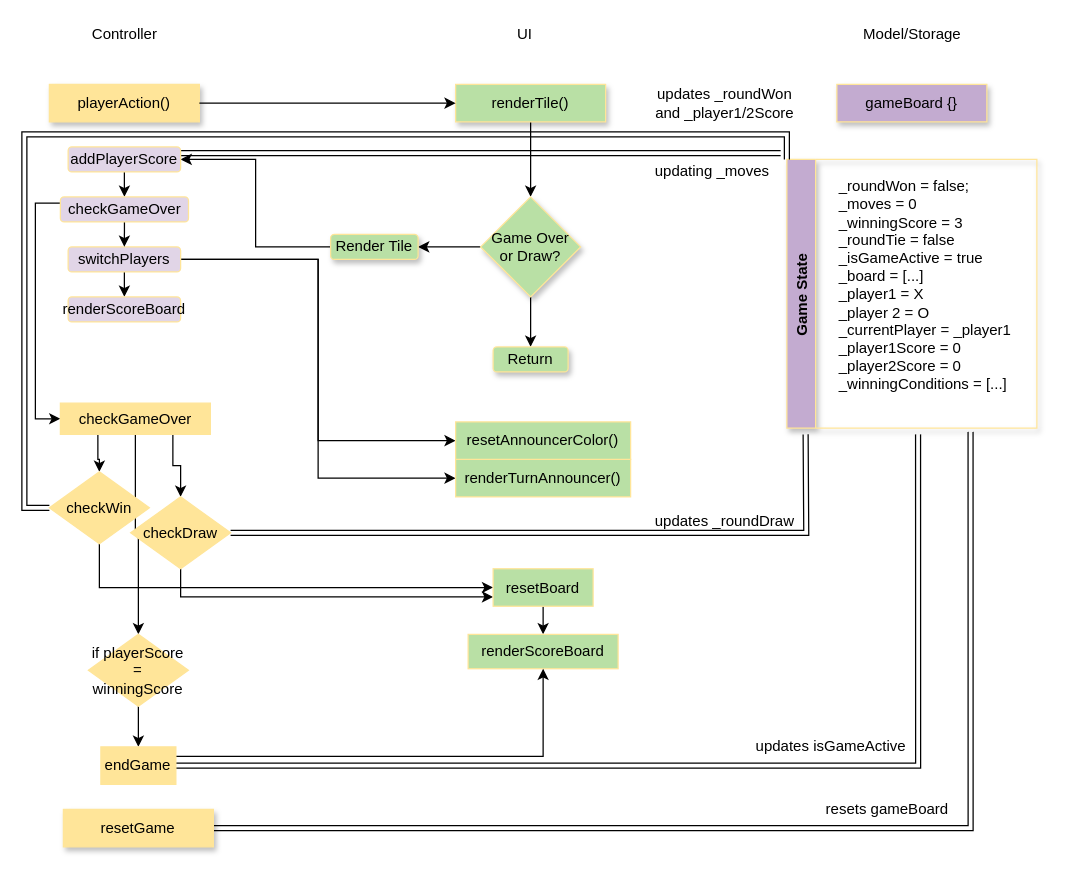
Above: Tic Tac Toe.drawio in xyzuka/Tic-Tac-Toe (draw.io), before the change. Source tidied: cells renumbered, new cells numbered last; positions are measured from the earlier drawing's top-left corner, leaving out a move shared by most shapes. Both pictures are drawn from the tidied source at 125%, with x=0, y=0 at pixel (49, 21).
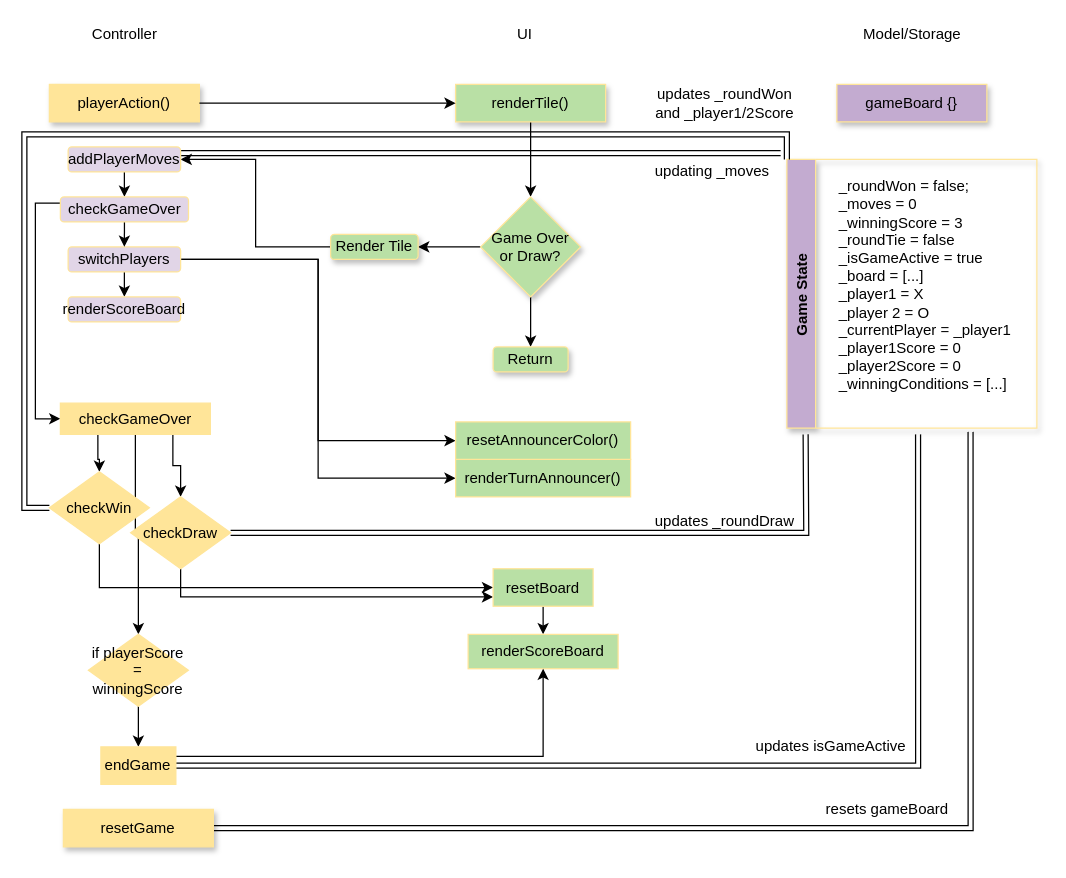
The same page after the edit.

Change to the diagram source:
```diff
@@
-    <mxCell id="20" value="addPlayerScore" style="rounded=1;whiteSpace=wrap;html=1;shadow=0;strokeColor=#FFE599;fillColor=#E1D5E7;" parent="1" vertex="1">
+    <mxCell id="20" value="addPlayerMoves" style="rounded=1;whiteSpace=wrap;html=1;shadow=0;strokeColor=#FFE599;fillColor=#E1D5E7;" parent="1" vertex="1">
       <mxGeometry x="15" y="100" width="90" height="20" as="geometry" />
     </mxCell>
```
